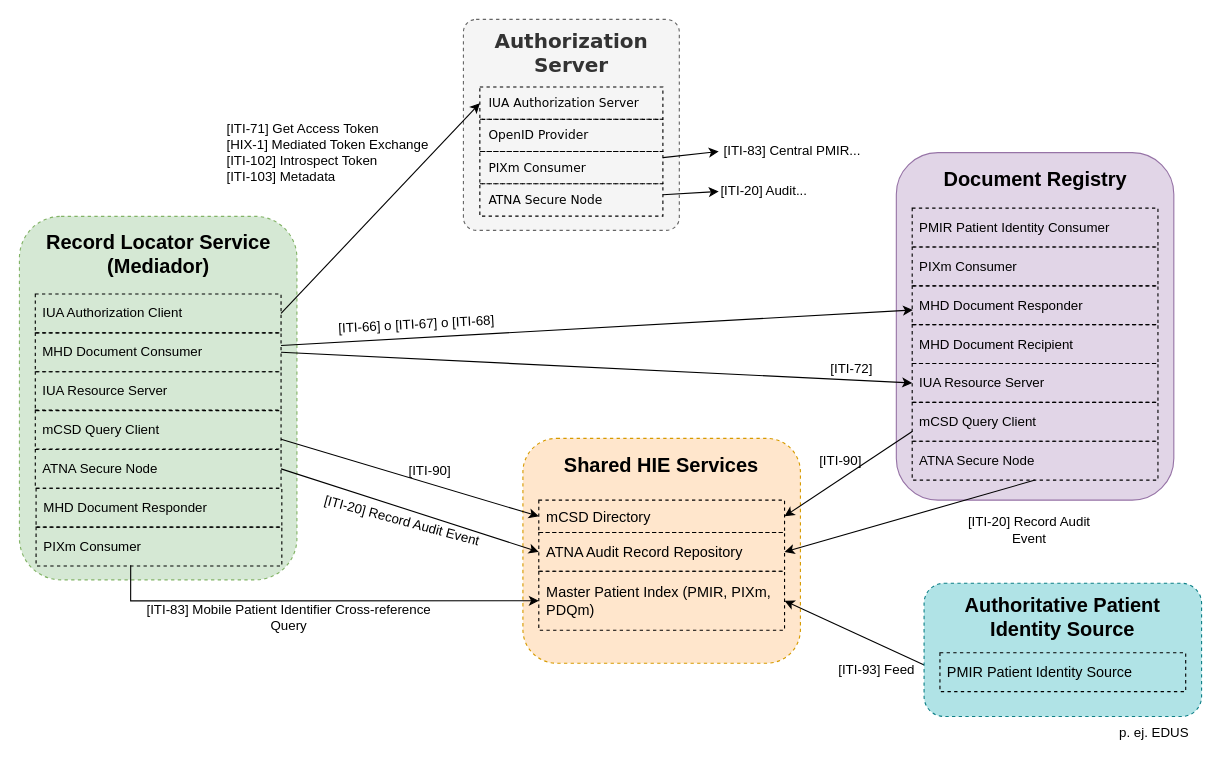
meddyg/HIX keeps this draw.io diagram as _diagrams/central-architecture-diagram.drawio. Above is the earlier version. Source tidied: cells renumbered, new cells numbered last; positions are measured from the earlier drawing's top-left corner, leaving out a move shared by most shapes. Both pictures are drawn from the tidied source at 111%, with x=0, y=0 at pixel (19, 19).
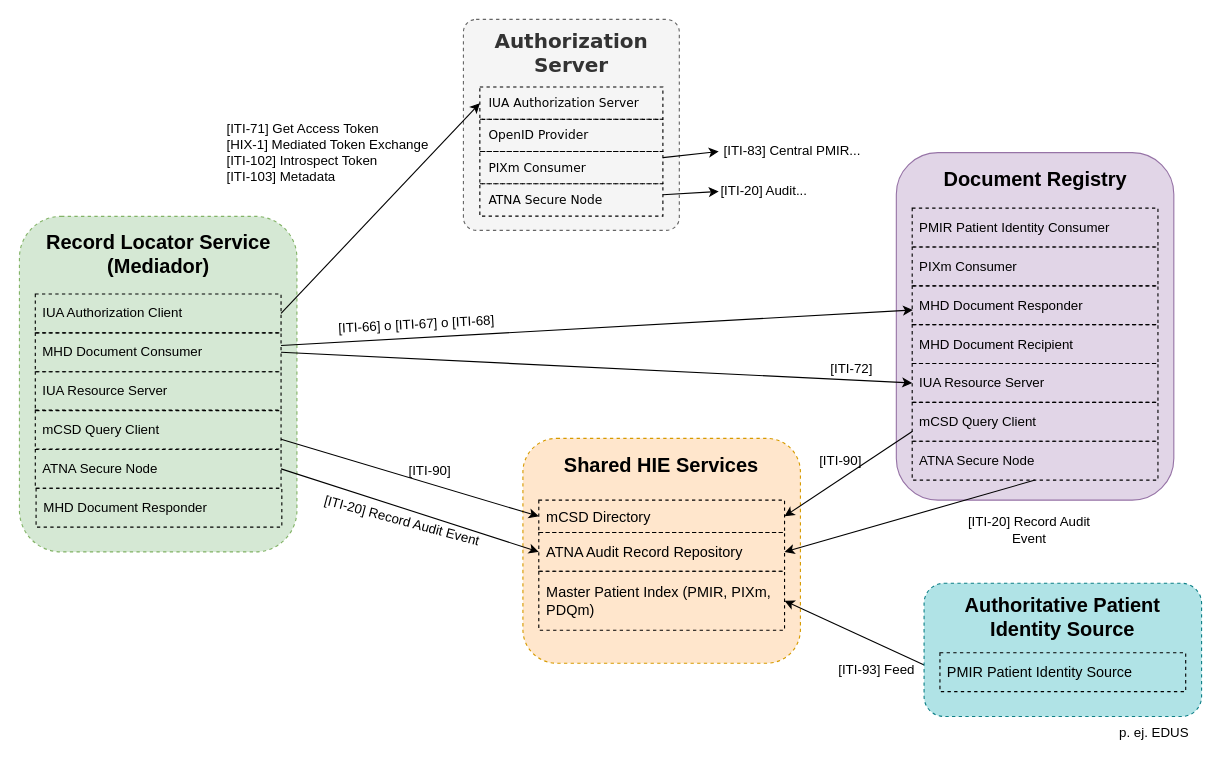
Above is the later version.

Unchanged cells that the change refers to:
```xml
<mxCell id="5" value="Master Patient Index (PMIR, PIXm, PDQm)" style="rounded=0;dashed=1;align=left;spacingLeft=5;fontSize=13;fillColor=none;whiteSpace=wrap;" parent="1" vertex="1">
  <mxGeometry x="467.9" y="497.2" width="221.4" height="53.1" as="geometry" />
</mxCell>
```

What changed in the source:
```diff
@@
     <mxCell id="9" style="rounded=1;dashed=1;fillColor=#d5e8d4;strokeColor=#82b366;gradientColor=none;whiteSpace=wrap;" parent="1" vertex="1">
-      <mxGeometry y="177.4" width="250" height="327.5" as="geometry" />
+      <mxGeometry y="177.4" width="250" height="302.3" as="geometry" />
     </mxCell>
@@
-    <mxCell id="12" style="edgeStyle=orthogonalEdgeStyle;rounded=0;jettySize=auto;html=1;entryX=0;entryY=0.5;entryDx=0;entryDy=0;exitX=0.385;exitY=0.983;exitDx=0;exitDy=0;exitPerimeter=0;" parent="1" edge="1" source="13" target="5">
-      <mxGeometry relative="1" as="geometry" />
-    </mxCell>
-    <mxCell id="13" value="PIXm Consumer" style="rounded=0;dashed=1;align=left;spacingLeft=5;fillColor=none;fontStyle=0;whiteSpace=wrap;" parent="1" vertex="1">
-      <mxGeometry x="15" y="457.4" width="221.4" height="35" as="geometry" />
-    </mxCell>
@@
-    <mxCell id="31" value="[ITI-83] Mobile Patient Identifier Cross-reference Query" style="text;strokeColor=none;fillColor=none;align=center;verticalAlign=middle;rounded=0;whiteSpace=wrap;" parent="1" vertex="1">
-      <mxGeometry x="100" y="523.8" width="286.3" height="30" as="geometry" />
-    </mxCell>
```
